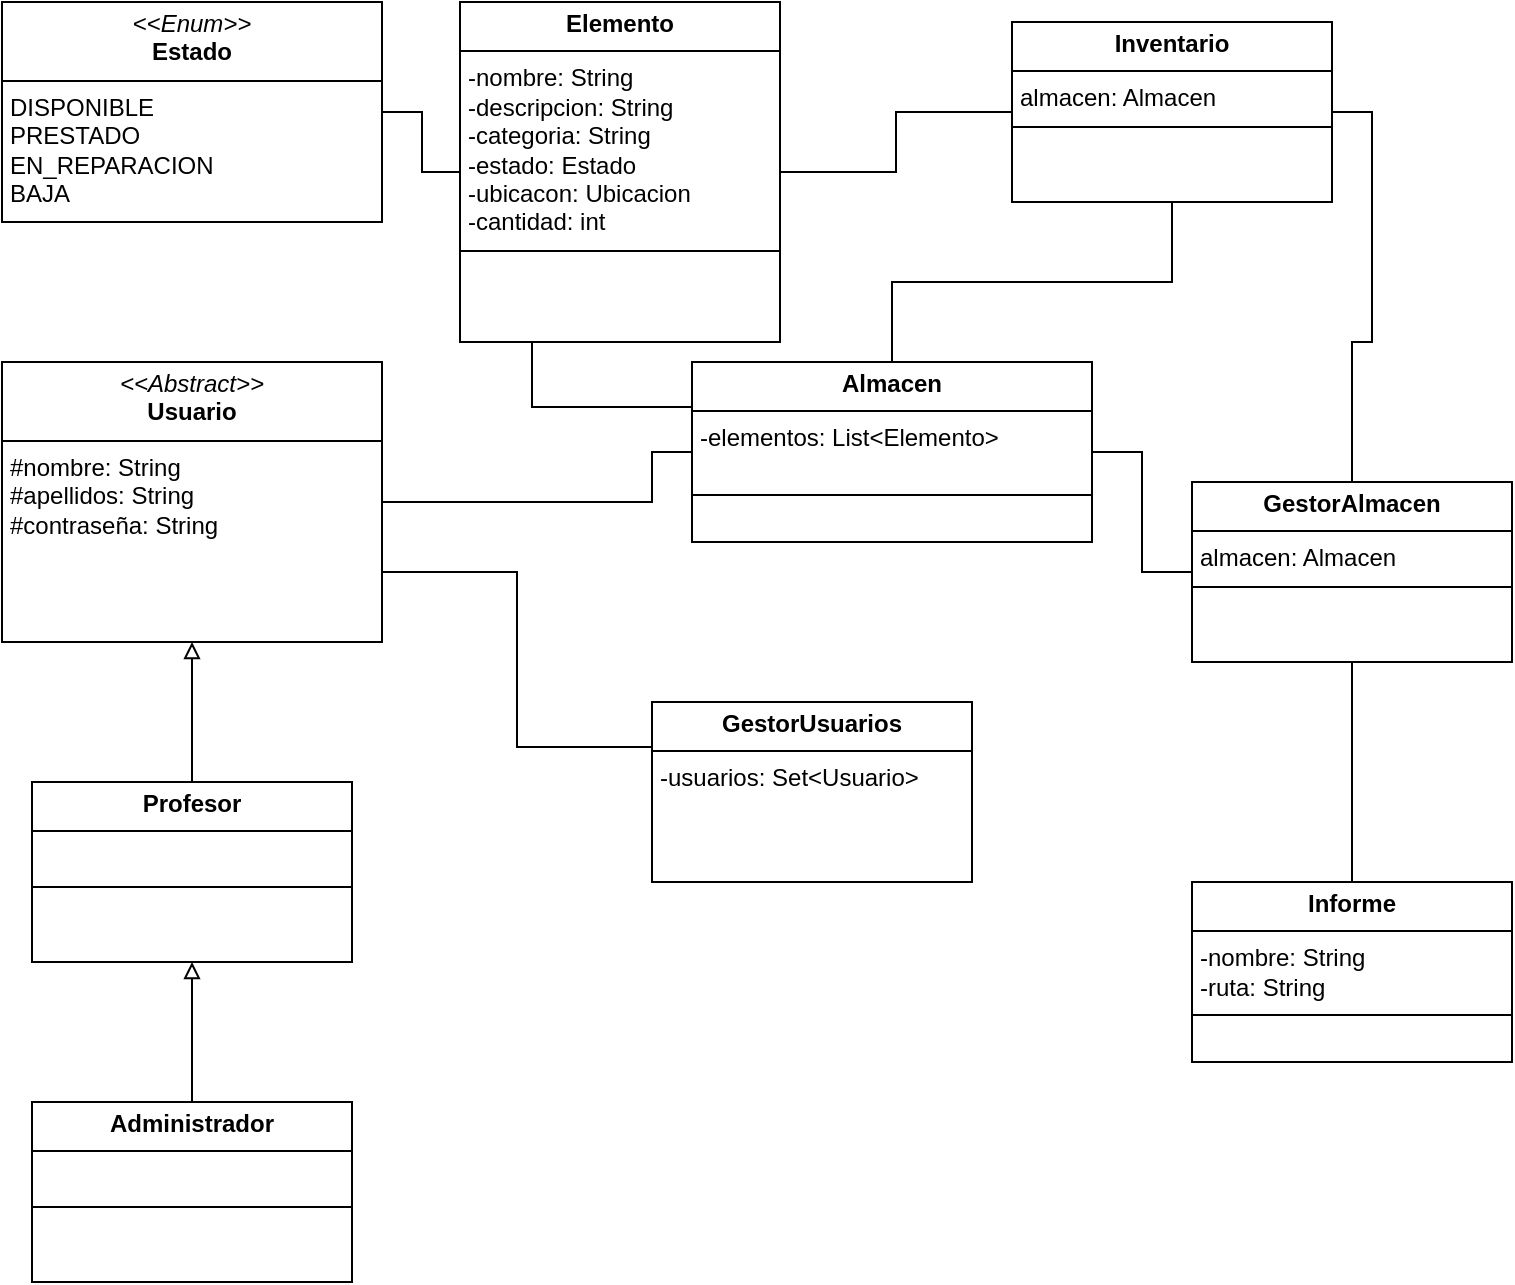
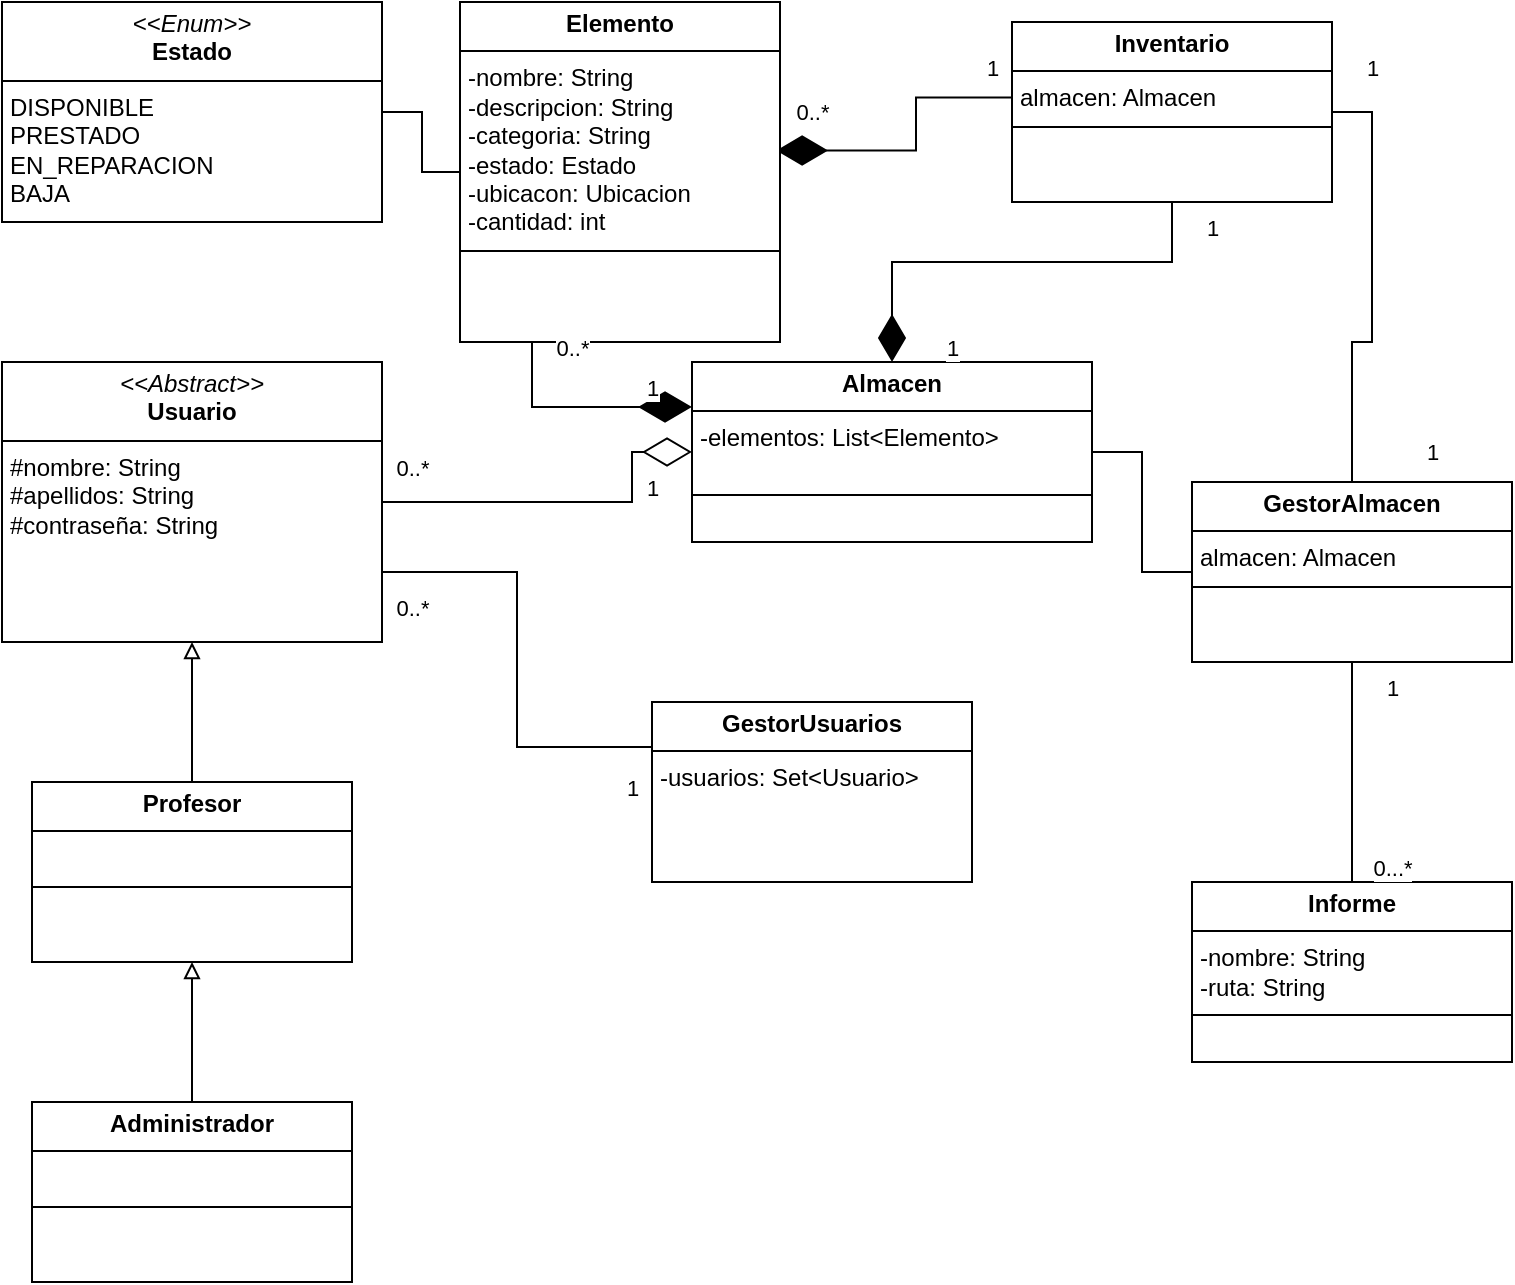
- <mxfile host="app.diagrams.net">
+ <mxfile host="Electron" agent="Mozilla/5.0 (Windows NT 10.0; Win64; x64) AppleWebKit/537.36 (KHTML, like Gecko) draw.io/27.0.9 Chrome/134.0.6998.205 Electron/35.4.0 Safari/537.36" version="27.0.9">
  <diagram name="Página-1" id="TcyikMFCeleIYH7PnGYs">
-     <mxGraphModel dx="1653" dy="743" grid="1" gridSize="10" guides="1" tooltips="1" connect="1" arrows="1" fold="1" page="1" pageScale="1" pageWidth="827" pageHeight="1169" math="0" shadow="0">
+     <mxGraphModel dx="768" dy="722" grid="1" gridSize="10" guides="1" tooltips="1" connect="1" arrows="1" fold="1" page="1" pageScale="1" pageWidth="827" pageHeight="1169" math="0" shadow="0">
      <root>
        <mxCell id="0" />
        <mxCell id="1" parent="0" />
-         <mxCell id="zlNG7Gkw8yNjDqdYWN0c-17" edge="1" parent="1" source="zlNG7Gkw8yNjDqdYWN0c-1" style="edgeStyle=orthogonalEdgeStyle;shape=connector;rounded=0;orthogonalLoop=1;jettySize=auto;html=1;exitX=1;exitY=0.5;exitDx=0;exitDy=0;entryX=0;entryY=0.5;entryDx=0;entryDy=0;strokeColor=default;align=center;verticalAlign=middle;fontFamily=Helvetica;fontSize=11;fontColor=default;labelBackgroundColor=default;endArrow=none;endFill=0;" target="zlNG7Gkw8yNjDqdYWN0c-8">
+         <mxCell id="zlNG7Gkw8yNjDqdYWN0c-17" style="edgeStyle=orthogonalEdgeStyle;shape=connector;rounded=0;orthogonalLoop=1;jettySize=auto;html=1;exitX=1;exitY=0.5;exitDx=0;exitDy=0;entryX=0;entryY=0.5;entryDx=0;entryDy=0;strokeColor=default;align=center;verticalAlign=middle;fontFamily=Helvetica;fontSize=11;fontColor=default;labelBackgroundColor=default;endArrow=none;endFill=0;" parent="1" source="zlNG7Gkw8yNjDqdYWN0c-1" target="zlNG7Gkw8yNjDqdYWN0c-8" edge="1">
          <mxGeometry relative="1" as="geometry" />
        </mxCell>
-         <mxCell id="zlNG7Gkw8yNjDqdYWN0c-1" parent="1" style="verticalAlign=top;align=left;overflow=fill;html=1;whiteSpace=wrap;" value="&lt;p style=&quot;margin:0px;margin-top:4px;text-align:center;&quot;&gt;&lt;b&gt;Almacen&lt;/b&gt;&lt;/p&gt;&lt;hr size=&quot;1&quot; style=&quot;border-style:solid;&quot;&gt;&lt;p style=&quot;margin:0px;margin-left:4px;&quot;&gt;-elementos: List&amp;lt;Elemento&amp;gt;&lt;/p&gt;&lt;p style=&quot;margin:0px;margin-left:4px;&quot;&gt;&lt;br&gt;&lt;/p&gt;&lt;hr size=&quot;1&quot; style=&quot;border-style:solid;&quot;&gt;&lt;p style=&quot;margin:0px;margin-left:4px;&quot;&gt;&lt;br&gt;&lt;/p&gt;" vertex="1">
-           <mxGeometry height="90" width="200" x="370" y="210" as="geometry" />
+         <mxCell id="zlNG7Gkw8yNjDqdYWN0c-1" value="&lt;p style=&quot;margin:0px;margin-top:4px;text-align:center;&quot;&gt;&lt;b&gt;Almacen&lt;/b&gt;&lt;/p&gt;&lt;hr size=&quot;1&quot; style=&quot;border-style:solid;&quot;&gt;&lt;p style=&quot;margin:0px;margin-left:4px;&quot;&gt;-elementos: List&amp;lt;Elemento&amp;gt;&lt;/p&gt;&lt;p style=&quot;margin:0px;margin-left:4px;&quot;&gt;&lt;br&gt;&lt;/p&gt;&lt;hr size=&quot;1&quot; style=&quot;border-style:solid;&quot;&gt;&lt;p style=&quot;margin:0px;margin-left:4px;&quot;&gt;&lt;br&gt;&lt;/p&gt;" style="verticalAlign=top;align=left;overflow=fill;html=1;whiteSpace=wrap;" parent="1" vertex="1">
+           <mxGeometry x="370" y="210" width="200" height="90" as="geometry" />
        </mxCell>
-         <mxCell id="zlNG7Gkw8yNjDqdYWN0c-19" edge="1" parent="1" source="zlNG7Gkw8yNjDqdYWN0c-2" style="edgeStyle=orthogonalEdgeStyle;shape=connector;rounded=0;orthogonalLoop=1;jettySize=auto;html=1;exitX=1;exitY=0.75;exitDx=0;exitDy=0;entryX=0;entryY=0.25;entryDx=0;entryDy=0;strokeColor=default;align=center;verticalAlign=middle;fontFamily=Helvetica;fontSize=11;fontColor=default;labelBackgroundColor=default;endArrow=none;endFill=0;" target="zlNG7Gkw8yNjDqdYWN0c-11">
+         <mxCell id="zlNG7Gkw8yNjDqdYWN0c-19" style="edgeStyle=orthogonalEdgeStyle;shape=connector;rounded=0;orthogonalLoop=1;jettySize=auto;html=1;exitX=1;exitY=0.75;exitDx=0;exitDy=0;entryX=0;entryY=0.25;entryDx=0;entryDy=0;strokeColor=default;align=center;verticalAlign=middle;fontFamily=Helvetica;fontSize=11;fontColor=default;labelBackgroundColor=default;endArrow=none;endFill=0;" parent="1" source="zlNG7Gkw8yNjDqdYWN0c-2" target="zlNG7Gkw8yNjDqdYWN0c-11" edge="1">
          <mxGeometry relative="1" as="geometry" />
        </mxCell>
-         <mxCell id="zlNG7Gkw8yNjDqdYWN0c-21" edge="1" parent="1" source="zlNG7Gkw8yNjDqdYWN0c-2" style="edgeStyle=orthogonalEdgeStyle;shape=connector;rounded=0;orthogonalLoop=1;jettySize=auto;html=1;exitX=1;exitY=0.5;exitDx=0;exitDy=0;entryX=0;entryY=0.5;entryDx=0;entryDy=0;strokeColor=default;align=center;verticalAlign=middle;fontFamily=Helvetica;fontSize=11;fontColor=default;labelBackgroundColor=default;endArrow=none;endFill=0;" target="zlNG7Gkw8yNjDqdYWN0c-1">
+         <mxCell id="zlNG7Gkw8yNjDqdYWN0c-21" style="edgeStyle=orthogonalEdgeStyle;shape=connector;rounded=0;orthogonalLoop=1;jettySize=auto;html=1;exitX=1;exitY=0.5;exitDx=0;exitDy=0;entryX=0;entryY=0.5;entryDx=0;entryDy=0;strokeColor=default;align=center;verticalAlign=middle;fontFamily=Helvetica;fontSize=11;fontColor=default;labelBackgroundColor=default;endArrow=diamondThin;endFill=0;endSize=22;" parent="1" source="zlNG7Gkw8yNjDqdYWN0c-2" target="zlNG7Gkw8yNjDqdYWN0c-1" edge="1">
          <mxGeometry relative="1" as="geometry">
            <Array as="points">
-               <mxPoint x="350" y="280" />
+               <mxPoint x="340" y="280" />
+               <mxPoint x="340" y="255" />
            </Array>
          </mxGeometry>
        </mxCell>
-         <mxCell id="zlNG7Gkw8yNjDqdYWN0c-2" parent="1" style="verticalAlign=top;align=left;overflow=fill;html=1;whiteSpace=wrap;" value="&lt;p style=&quot;margin:0px;margin-top:4px;text-align:center;&quot;&gt;&lt;i&gt;&amp;lt;&amp;lt;Abstract&amp;gt;&amp;gt;&lt;/i&gt;&lt;br&gt;&lt;b&gt;Usuario&lt;/b&gt;&lt;/p&gt;&lt;hr size=&quot;1&quot; style=&quot;border-style:solid;&quot;&gt;&lt;p style=&quot;margin:0px;margin-left:4px;&quot;&gt;#nombre: String&lt;/p&gt;&lt;p style=&quot;margin:0px;margin-left:4px;&quot;&gt;#apellidos: String&lt;/p&gt;&lt;p style=&quot;margin:0px;margin-left:4px;&quot;&gt;&lt;/p&gt;&lt;p style=&quot;margin:0px;margin-left:4px;&quot;&gt;#contraseña: String&lt;/p&gt;" vertex="1">
-           <mxGeometry height="140" width="190" x="25" y="210" as="geometry" />
+         <mxCell id="zlNG7Gkw8yNjDqdYWN0c-2" value="&lt;p style=&quot;margin:0px;margin-top:4px;text-align:center;&quot;&gt;&lt;i&gt;&amp;lt;&amp;lt;Abstract&amp;gt;&amp;gt;&lt;/i&gt;&lt;br&gt;&lt;b&gt;Usuario&lt;/b&gt;&lt;/p&gt;&lt;hr size=&quot;1&quot; style=&quot;border-style:solid;&quot;&gt;&lt;p style=&quot;margin:0px;margin-left:4px;&quot;&gt;#nombre: String&lt;/p&gt;&lt;p style=&quot;margin:0px;margin-left:4px;&quot;&gt;#apellidos: String&lt;/p&gt;&lt;p style=&quot;margin:0px;margin-left:4px;&quot;&gt;&lt;/p&gt;&lt;p style=&quot;margin:0px;margin-left:4px;&quot;&gt;#contraseña: String&lt;/p&gt;" style="verticalAlign=top;align=left;overflow=fill;html=1;whiteSpace=wrap;" parent="1" vertex="1">
+           <mxGeometry x="25" y="210" width="190" height="140" as="geometry" />
        </mxCell>
-         <mxCell id="zlNG7Gkw8yNjDqdYWN0c-6" edge="1" parent="1" source="zlNG7Gkw8yNjDqdYWN0c-3" style="edgeStyle=orthogonalEdgeStyle;shape=connector;rounded=0;orthogonalLoop=1;jettySize=auto;html=1;entryX=0.5;entryY=1;entryDx=0;entryDy=0;strokeColor=default;align=center;verticalAlign=middle;fontFamily=Helvetica;fontSize=11;fontColor=default;labelBackgroundColor=default;endArrow=block;endFill=0;" target="zlNG7Gkw8yNjDqdYWN0c-2">
+         <mxCell id="zlNG7Gkw8yNjDqdYWN0c-6" style="edgeStyle=orthogonalEdgeStyle;shape=connector;rounded=0;orthogonalLoop=1;jettySize=auto;html=1;entryX=0.5;entryY=1;entryDx=0;entryDy=0;strokeColor=default;align=center;verticalAlign=middle;fontFamily=Helvetica;fontSize=11;fontColor=default;labelBackgroundColor=default;endArrow=block;endFill=0;" parent="1" source="zlNG7Gkw8yNjDqdYWN0c-3" target="zlNG7Gkw8yNjDqdYWN0c-2" edge="1">
          <mxGeometry relative="1" as="geometry" />
        </mxCell>
-         <mxCell id="zlNG7Gkw8yNjDqdYWN0c-3" parent="1" style="verticalAlign=top;align=left;overflow=fill;html=1;whiteSpace=wrap;" value="&lt;p style=&quot;margin:0px;margin-top:4px;text-align:center;&quot;&gt;&lt;b&gt;Profesor&lt;/b&gt;&lt;/p&gt;&lt;hr size=&quot;1&quot; style=&quot;border-style:solid;&quot;&gt;&lt;p style=&quot;margin:0px;margin-left:4px;&quot;&gt;&lt;br&gt;&lt;/p&gt;&lt;hr size=&quot;1&quot; style=&quot;border-style:solid;&quot;&gt;&lt;p style=&quot;margin:0px;margin-left:4px;&quot;&gt;&lt;br&gt;&lt;/p&gt;" vertex="1">
-           <mxGeometry height="90" width="160" x="40" y="420" as="geometry" />
+         <mxCell id="zlNG7Gkw8yNjDqdYWN0c-3" value="&lt;p style=&quot;margin:0px;margin-top:4px;text-align:center;&quot;&gt;&lt;b&gt;Profesor&lt;/b&gt;&lt;/p&gt;&lt;hr size=&quot;1&quot; style=&quot;border-style:solid;&quot;&gt;&lt;p style=&quot;margin:0px;margin-left:4px;&quot;&gt;&lt;br&gt;&lt;/p&gt;&lt;hr size=&quot;1&quot; style=&quot;border-style:solid;&quot;&gt;&lt;p style=&quot;margin:0px;margin-left:4px;&quot;&gt;&lt;br&gt;&lt;/p&gt;" style="verticalAlign=top;align=left;overflow=fill;html=1;whiteSpace=wrap;" parent="1" vertex="1">
+           <mxGeometry x="40" y="420" width="160" height="90" as="geometry" />
        </mxCell>
-         <mxCell id="zlNG7Gkw8yNjDqdYWN0c-5" edge="1" parent="1" source="zlNG7Gkw8yNjDqdYWN0c-4" style="edgeStyle=orthogonalEdgeStyle;rounded=0;orthogonalLoop=1;jettySize=auto;html=1;entryX=0.5;entryY=1;entryDx=0;entryDy=0;endArrow=block;endFill=0;" target="zlNG7Gkw8yNjDqdYWN0c-3">
+         <mxCell id="zlNG7Gkw8yNjDqdYWN0c-5" style="edgeStyle=orthogonalEdgeStyle;rounded=0;orthogonalLoop=1;jettySize=auto;html=1;entryX=0.5;entryY=1;entryDx=0;entryDy=0;endArrow=block;endFill=0;" parent="1" source="zlNG7Gkw8yNjDqdYWN0c-4" target="zlNG7Gkw8yNjDqdYWN0c-3" edge="1">
          <mxGeometry relative="1" as="geometry" />
        </mxCell>
-         <mxCell id="zlNG7Gkw8yNjDqdYWN0c-4" parent="1" style="verticalAlign=top;align=left;overflow=fill;html=1;whiteSpace=wrap;" value="&lt;p style=&quot;margin:0px;margin-top:4px;text-align:center;&quot;&gt;&lt;b&gt;Administrador&lt;/b&gt;&lt;/p&gt;&lt;hr size=&quot;1&quot; style=&quot;border-style:solid;&quot;&gt;&lt;p style=&quot;margin:0px;margin-left:4px;&quot;&gt;&lt;br&gt;&lt;/p&gt;&lt;hr size=&quot;1&quot; style=&quot;border-style:solid;&quot;&gt;&lt;p style=&quot;margin:0px;margin-left:4px;&quot;&gt;&lt;br&gt;&lt;/p&gt;" vertex="1">
-           <mxGeometry height="90" width="160" x="40" y="580" as="geometry" />
+         <mxCell id="zlNG7Gkw8yNjDqdYWN0c-4" value="&lt;p style=&quot;margin:0px;margin-top:4px;text-align:center;&quot;&gt;&lt;b&gt;Administrador&lt;/b&gt;&lt;/p&gt;&lt;hr size=&quot;1&quot; style=&quot;border-style:solid;&quot;&gt;&lt;p style=&quot;margin:0px;margin-left:4px;&quot;&gt;&lt;br&gt;&lt;/p&gt;&lt;hr size=&quot;1&quot; style=&quot;border-style:solid;&quot;&gt;&lt;p style=&quot;margin:0px;margin-left:4px;&quot;&gt;&lt;br&gt;&lt;/p&gt;" style="verticalAlign=top;align=left;overflow=fill;html=1;whiteSpace=wrap;" parent="1" vertex="1">
+           <mxGeometry x="40" y="580" width="160" height="90" as="geometry" />
        </mxCell>
-         <mxCell id="zlNG7Gkw8yNjDqdYWN0c-7" parent="1" style="verticalAlign=top;align=left;overflow=fill;html=1;whiteSpace=wrap;" value="&lt;p style=&quot;margin:0px;margin-top:4px;text-align:center;&quot;&gt;&lt;b&gt;Informe&lt;/b&gt;&lt;/p&gt;&lt;hr size=&quot;1&quot; style=&quot;border-style:solid;&quot;&gt;&lt;p style=&quot;margin:0px;margin-left:4px;&quot;&gt;-nombre: String&lt;/p&gt;&lt;p style=&quot;margin:0px;margin-left:4px;&quot;&gt;-ruta: String&lt;/p&gt;&lt;hr size=&quot;1&quot; style=&quot;border-style:solid;&quot;&gt;&lt;p style=&quot;margin:0px;margin-left:4px;&quot;&gt;&lt;br&gt;&lt;/p&gt;" vertex="1">
-           <mxGeometry height="90" width="160" x="620" y="470" as="geometry" />
+         <mxCell id="zlNG7Gkw8yNjDqdYWN0c-7" value="&lt;p style=&quot;margin:0px;margin-top:4px;text-align:center;&quot;&gt;&lt;b&gt;Informe&lt;/b&gt;&lt;/p&gt;&lt;hr size=&quot;1&quot; style=&quot;border-style:solid;&quot;&gt;&lt;p style=&quot;margin:0px;margin-left:4px;&quot;&gt;-nombre: String&lt;/p&gt;&lt;p style=&quot;margin:0px;margin-left:4px;&quot;&gt;-ruta: String&lt;/p&gt;&lt;hr size=&quot;1&quot; style=&quot;border-style:solid;&quot;&gt;&lt;p style=&quot;margin:0px;margin-left:4px;&quot;&gt;&lt;br&gt;&lt;/p&gt;" style="verticalAlign=top;align=left;overflow=fill;html=1;whiteSpace=wrap;" parent="1" vertex="1">
+           <mxGeometry x="620" y="470" width="160" height="90" as="geometry" />
        </mxCell>
-         <mxCell id="zlNG7Gkw8yNjDqdYWN0c-18" edge="1" parent="1" source="zlNG7Gkw8yNjDqdYWN0c-8" style="edgeStyle=orthogonalEdgeStyle;shape=connector;rounded=0;orthogonalLoop=1;jettySize=auto;html=1;exitX=0.5;exitY=1;exitDx=0;exitDy=0;entryX=0.5;entryY=0;entryDx=0;entryDy=0;strokeColor=default;align=center;verticalAlign=middle;fontFamily=Helvetica;fontSize=11;fontColor=default;labelBackgroundColor=default;endArrow=none;endFill=0;" target="zlNG7Gkw8yNjDqdYWN0c-7">
+         <mxCell id="zlNG7Gkw8yNjDqdYWN0c-18" style="edgeStyle=orthogonalEdgeStyle;shape=connector;rounded=0;orthogonalLoop=1;jettySize=auto;html=1;exitX=0.5;exitY=1;exitDx=0;exitDy=0;entryX=0.5;entryY=0;entryDx=0;entryDy=0;strokeColor=default;align=center;verticalAlign=middle;fontFamily=Helvetica;fontSize=11;fontColor=default;labelBackgroundColor=default;endArrow=none;endFill=0;" parent="1" source="zlNG7Gkw8yNjDqdYWN0c-8" target="zlNG7Gkw8yNjDqdYWN0c-7" edge="1">
          <mxGeometry relative="1" as="geometry" />
        </mxCell>
-         <mxCell id="zlNG7Gkw8yNjDqdYWN0c-8" parent="1" style="verticalAlign=top;align=left;overflow=fill;html=1;whiteSpace=wrap;" value="&lt;p style=&quot;margin:0px;margin-top:4px;text-align:center;&quot;&gt;&lt;b&gt;GestorAlmacen&lt;/b&gt;&lt;/p&gt;&lt;hr size=&quot;1&quot; style=&quot;border-style:solid;&quot;&gt;&lt;p style=&quot;margin:0px;margin-left:4px;&quot;&gt;almacen: Almacen&lt;/p&gt;&lt;hr size=&quot;1&quot; style=&quot;border-style:solid;&quot;&gt;&lt;p style=&quot;margin:0px;margin-left:4px;&quot;&gt;&lt;br&gt;&lt;/p&gt;" vertex="1">
-           <mxGeometry height="90" width="160" x="620" y="270" as="geometry" />
+         <mxCell id="zlNG7Gkw8yNjDqdYWN0c-8" value="&lt;p style=&quot;margin:0px;margin-top:4px;text-align:center;&quot;&gt;&lt;b&gt;GestorAlmacen&lt;/b&gt;&lt;/p&gt;&lt;hr size=&quot;1&quot; style=&quot;border-style:solid;&quot;&gt;&lt;p style=&quot;margin:0px;margin-left:4px;&quot;&gt;almacen: Almacen&lt;/p&gt;&lt;hr size=&quot;1&quot; style=&quot;border-style:solid;&quot;&gt;&lt;p style=&quot;margin:0px;margin-left:4px;&quot;&gt;&lt;br&gt;&lt;/p&gt;" style="verticalAlign=top;align=left;overflow=fill;html=1;whiteSpace=wrap;" parent="1" vertex="1">
+           <mxGeometry x="620" y="270" width="160" height="90" as="geometry" />
        </mxCell>
-         <mxCell id="zlNG7Gkw8yNjDqdYWN0c-15" edge="1" parent="1" source="zlNG7Gkw8yNjDqdYWN0c-10" style="edgeStyle=orthogonalEdgeStyle;shape=connector;rounded=0;orthogonalLoop=1;jettySize=auto;html=1;entryX=0.5;entryY=0;entryDx=0;entryDy=0;strokeColor=default;align=center;verticalAlign=middle;fontFamily=Helvetica;fontSize=11;fontColor=default;labelBackgroundColor=default;endArrow=none;endFill=0;" target="zlNG7Gkw8yNjDqdYWN0c-1">
+         <mxCell id="zlNG7Gkw8yNjDqdYWN0c-15" style="edgeStyle=orthogonalEdgeStyle;shape=connector;rounded=0;orthogonalLoop=1;jettySize=auto;html=1;entryX=0.5;entryY=0;entryDx=0;entryDy=0;strokeColor=default;align=center;verticalAlign=middle;fontFamily=Helvetica;fontSize=11;fontColor=default;labelBackgroundColor=default;endArrow=diamondThin;endFill=1;strokeWidth=1;endSize=21;" parent="1" source="zlNG7Gkw8yNjDqdYWN0c-10" target="zlNG7Gkw8yNjDqdYWN0c-1" edge="1">
          <mxGeometry relative="1" as="geometry" />
        </mxCell>
-         <mxCell id="zlNG7Gkw8yNjDqdYWN0c-22" edge="1" parent="1" source="zlNG7Gkw8yNjDqdYWN0c-10" style="edgeStyle=orthogonalEdgeStyle;shape=connector;rounded=0;orthogonalLoop=1;jettySize=auto;html=1;exitX=1;exitY=0.5;exitDx=0;exitDy=0;entryX=0.5;entryY=0;entryDx=0;entryDy=0;strokeColor=default;align=center;verticalAlign=middle;fontFamily=Helvetica;fontSize=11;fontColor=default;labelBackgroundColor=default;endArrow=none;endFill=0;" target="zlNG7Gkw8yNjDqdYWN0c-8">
+         <mxCell id="zlNG7Gkw8yNjDqdYWN0c-22" style="edgeStyle=orthogonalEdgeStyle;shape=connector;rounded=0;orthogonalLoop=1;jettySize=auto;html=1;exitX=1;exitY=0.5;exitDx=0;exitDy=0;entryX=0.5;entryY=0;entryDx=0;entryDy=0;strokeColor=default;align=center;verticalAlign=middle;fontFamily=Helvetica;fontSize=11;fontColor=default;labelBackgroundColor=default;endArrow=none;endFill=0;" parent="1" source="zlNG7Gkw8yNjDqdYWN0c-10" target="zlNG7Gkw8yNjDqdYWN0c-8" edge="1">
          <mxGeometry relative="1" as="geometry" />
        </mxCell>
-         <mxCell id="zlNG7Gkw8yNjDqdYWN0c-10" parent="1" style="verticalAlign=top;align=left;overflow=fill;html=1;whiteSpace=wrap;" value="&lt;p style=&quot;margin:0px;margin-top:4px;text-align:center;&quot;&gt;&lt;b&gt;Inventario&lt;/b&gt;&lt;/p&gt;&lt;hr size=&quot;1&quot; style=&quot;border-style:solid;&quot;&gt;&lt;p style=&quot;margin:0px;margin-left:4px;&quot;&gt;almacen: Almacen&lt;/p&gt;&lt;hr size=&quot;1&quot; style=&quot;border-style:solid;&quot;&gt;&lt;p style=&quot;margin:0px;margin-left:4px;&quot;&gt;&lt;br&gt;&lt;/p&gt;" vertex="1">
-           <mxGeometry height="90" width="160" x="530" y="40" as="geometry" />
+         <mxCell id="zlNG7Gkw8yNjDqdYWN0c-10" value="&lt;p style=&quot;margin:0px;margin-top:4px;text-align:center;&quot;&gt;&lt;b&gt;Inventario&lt;/b&gt;&lt;/p&gt;&lt;hr size=&quot;1&quot; style=&quot;border-style:solid;&quot;&gt;&lt;p style=&quot;margin:0px;margin-left:4px;&quot;&gt;almacen: Almacen&lt;/p&gt;&lt;hr size=&quot;1&quot; style=&quot;border-style:solid;&quot;&gt;&lt;p style=&quot;margin:0px;margin-left:4px;&quot;&gt;&lt;br&gt;&lt;/p&gt;" style="verticalAlign=top;align=left;overflow=fill;html=1;whiteSpace=wrap;" parent="1" vertex="1">
+           <mxGeometry x="530" y="40" width="160" height="90" as="geometry" />
        </mxCell>
-         <mxCell id="zlNG7Gkw8yNjDqdYWN0c-11" parent="1" style="verticalAlign=top;align=left;overflow=fill;html=1;whiteSpace=wrap;" value="&lt;p style=&quot;margin:0px;margin-top:4px;text-align:center;&quot;&gt;&lt;b&gt;GestorUsuarios&lt;/b&gt;&lt;/p&gt;&lt;hr size=&quot;1&quot; style=&quot;border-style:solid;&quot;&gt;&lt;p style=&quot;margin:0px;margin-left:4px;&quot;&gt;-usuarios: Set&amp;lt;Usuario&amp;gt;&lt;/p&gt;" vertex="1">
-           <mxGeometry height="90" width="160" x="350" y="380" as="geometry" />
+         <mxCell id="zlNG7Gkw8yNjDqdYWN0c-11" value="&lt;p style=&quot;margin:0px;margin-top:4px;text-align:center;&quot;&gt;&lt;b&gt;GestorUsuarios&lt;/b&gt;&lt;/p&gt;&lt;hr size=&quot;1&quot; style=&quot;border-style:solid;&quot;&gt;&lt;p style=&quot;margin:0px;margin-left:4px;&quot;&gt;-usuarios: Set&amp;lt;Usuario&amp;gt;&lt;/p&gt;" style="verticalAlign=top;align=left;overflow=fill;html=1;whiteSpace=wrap;" parent="1" vertex="1">
+           <mxGeometry x="350" y="380" width="160" height="90" as="geometry" />
        </mxCell>
-         <mxCell id="zlNG7Gkw8yNjDqdYWN0c-14" edge="1" parent="1" source="zlNG7Gkw8yNjDqdYWN0c-12" style="edgeStyle=orthogonalEdgeStyle;shape=connector;rounded=0;orthogonalLoop=1;jettySize=auto;html=1;exitX=1;exitY=0.5;exitDx=0;exitDy=0;strokeColor=default;align=center;verticalAlign=middle;fontFamily=Helvetica;fontSize=11;fontColor=default;labelBackgroundColor=default;endArrow=none;endFill=0;" target="zlNG7Gkw8yNjDqdYWN0c-10">
-           <mxGeometry relative="1" as="geometry" />
+         <mxCell id="zlNG7Gkw8yNjDqdYWN0c-14" style="edgeStyle=orthogonalEdgeStyle;shape=connector;rounded=0;orthogonalLoop=1;jettySize=auto;html=1;strokeColor=default;align=center;verticalAlign=middle;fontFamily=Helvetica;fontSize=11;fontColor=default;labelBackgroundColor=default;endArrow=diamondThin;endFill=1;endSize=23;entryX=0.988;entryY=0.437;entryDx=0;entryDy=0;entryPerimeter=0;exitX=-0.003;exitY=0.419;exitDx=0;exitDy=0;exitPerimeter=0;" parent="1" source="zlNG7Gkw8yNjDqdYWN0c-10" target="zlNG7Gkw8yNjDqdYWN0c-12" edge="1">
+           <mxGeometry relative="1" as="geometry">
+             <mxPoint x="480" y="50" as="sourcePoint" />
+           </mxGeometry>
        </mxCell>
-         <mxCell id="zlNG7Gkw8yNjDqdYWN0c-20" edge="1" parent="1" source="zlNG7Gkw8yNjDqdYWN0c-12" style="edgeStyle=orthogonalEdgeStyle;shape=connector;rounded=0;orthogonalLoop=1;jettySize=auto;html=1;exitX=1;exitY=0.75;exitDx=0;exitDy=0;entryX=0;entryY=0.25;entryDx=0;entryDy=0;strokeColor=default;align=center;verticalAlign=middle;fontFamily=Helvetica;fontSize=11;fontColor=default;labelBackgroundColor=default;endArrow=none;endFill=0;" target="zlNG7Gkw8yNjDqdYWN0c-1">
+         <mxCell id="zlNG7Gkw8yNjDqdYWN0c-20" style="edgeStyle=orthogonalEdgeStyle;shape=connector;rounded=0;orthogonalLoop=1;jettySize=auto;html=1;exitX=1;exitY=0.75;exitDx=0;exitDy=0;entryX=0;entryY=0.25;entryDx=0;entryDy=0;strokeColor=default;align=center;verticalAlign=middle;fontFamily=Helvetica;fontSize=11;fontColor=default;labelBackgroundColor=default;endArrow=diamondThin;endFill=1;endSize=24;" parent="1" source="zlNG7Gkw8yNjDqdYWN0c-12" target="zlNG7Gkw8yNjDqdYWN0c-1" edge="1">
          <mxGeometry relative="1" as="geometry">
            <Array as="points">
              <mxPoint x="290" y="108" />
              <mxPoint x="290" y="233" />
            </Array>
          </mxGeometry>
        </mxCell>
-         <mxCell id="zlNG7Gkw8yNjDqdYWN0c-12" parent="1" style="verticalAlign=top;align=left;overflow=fill;html=1;whiteSpace=wrap;" value="&lt;p style=&quot;margin:0px;margin-top:4px;text-align:center;&quot;&gt;&lt;b&gt;Elemento&lt;/b&gt;&lt;/p&gt;&lt;hr size=&quot;1&quot; style=&quot;border-style:solid;&quot;&gt;&lt;p style=&quot;margin:0px;margin-left:4px;&quot;&gt;-nombre: String&amp;nbsp;&lt;/p&gt;&lt;p style=&quot;margin:0px;margin-left:4px;&quot;&gt;-descripcion: String&lt;/p&gt;&lt;p style=&quot;margin:0px;margin-left:4px;&quot;&gt;-categoria: String&lt;/p&gt;&lt;p style=&quot;margin:0px;margin-left:4px;&quot;&gt;-estado: Estado&lt;/p&gt;&lt;p style=&quot;margin:0px;margin-left:4px;&quot;&gt;-ubicacon: Ubicacion&lt;/p&gt;&lt;p style=&quot;margin:0px;margin-left:4px;&quot;&gt;-cantidad: int&lt;/p&gt;&lt;hr size=&quot;1&quot; style=&quot;border-style:solid;&quot;&gt;&lt;p style=&quot;margin:0px;margin-left:4px;&quot;&gt;&lt;br&gt;&lt;/p&gt;" vertex="1">
-           <mxGeometry height="170" width="160" x="254" y="30" as="geometry" />
+         <mxCell id="zlNG7Gkw8yNjDqdYWN0c-12" value="&lt;p style=&quot;margin:0px;margin-top:4px;text-align:center;&quot;&gt;&lt;b&gt;Elemento&lt;/b&gt;&lt;/p&gt;&lt;hr size=&quot;1&quot; style=&quot;border-style:solid;&quot;&gt;&lt;p style=&quot;margin:0px;margin-left:4px;&quot;&gt;-nombre: String&amp;nbsp;&lt;/p&gt;&lt;p style=&quot;margin:0px;margin-left:4px;&quot;&gt;-descripcion: String&lt;/p&gt;&lt;p style=&quot;margin:0px;margin-left:4px;&quot;&gt;-categoria: String&lt;/p&gt;&lt;p style=&quot;margin:0px;margin-left:4px;&quot;&gt;-estado: Estado&lt;/p&gt;&lt;p style=&quot;margin:0px;margin-left:4px;&quot;&gt;-ubicacon: Ubicacion&lt;/p&gt;&lt;p style=&quot;margin:0px;margin-left:4px;&quot;&gt;-cantidad: int&lt;/p&gt;&lt;hr size=&quot;1&quot; style=&quot;border-style:solid;&quot;&gt;&lt;p style=&quot;margin:0px;margin-left:4px;&quot;&gt;&lt;br&gt;&lt;/p&gt;" style="verticalAlign=top;align=left;overflow=fill;html=1;whiteSpace=wrap;" parent="1" vertex="1">
+           <mxGeometry x="254" y="30" width="160" height="170" as="geometry" />
        </mxCell>
-         <mxCell id="zlNG7Gkw8yNjDqdYWN0c-24" edge="1" parent="1" source="zlNG7Gkw8yNjDqdYWN0c-23" style="edgeStyle=orthogonalEdgeStyle;shape=connector;rounded=0;orthogonalLoop=1;jettySize=auto;html=1;entryX=0;entryY=0.5;entryDx=0;entryDy=0;strokeColor=default;align=center;verticalAlign=middle;fontFamily=Helvetica;fontSize=11;fontColor=default;labelBackgroundColor=default;endArrow=none;endFill=0;" target="zlNG7Gkw8yNjDqdYWN0c-12">
+         <mxCell id="zlNG7Gkw8yNjDqdYWN0c-24" style="edgeStyle=orthogonalEdgeStyle;shape=connector;rounded=0;orthogonalLoop=1;jettySize=auto;html=1;entryX=0;entryY=0.5;entryDx=0;entryDy=0;strokeColor=default;align=center;verticalAlign=middle;fontFamily=Helvetica;fontSize=11;fontColor=default;labelBackgroundColor=default;endArrow=none;endFill=0;" parent="1" source="zlNG7Gkw8yNjDqdYWN0c-23" target="zlNG7Gkw8yNjDqdYWN0c-12" edge="1">
          <mxGeometry relative="1" as="geometry" />
        </mxCell>
-         <mxCell id="zlNG7Gkw8yNjDqdYWN0c-23" parent="1" style="verticalAlign=top;align=left;overflow=fill;html=1;whiteSpace=wrap;" value="&lt;p style=&quot;margin:0px;margin-top:4px;text-align:center;&quot;&gt;&lt;i&gt;&amp;lt;&amp;lt;Enum&amp;gt;&amp;gt;&lt;/i&gt;&lt;br&gt;&lt;b&gt;Estado&lt;/b&gt;&lt;/p&gt;&lt;hr size=&quot;1&quot; style=&quot;border-style:solid;&quot;&gt;&lt;p style=&quot;margin:0px;margin-left:4px;&quot;&gt;DISPONIBLE&lt;/p&gt;&lt;p style=&quot;margin:0px;margin-left:4px;&quot;&gt;PRESTADO&lt;/p&gt;&lt;p style=&quot;margin:0px;margin-left:4px;&quot;&gt;EN_REPARACION&lt;/p&gt;&lt;p style=&quot;margin:0px;margin-left:4px;&quot;&gt;BAJA&lt;br&gt;&lt;br&gt;&lt;/p&gt;" vertex="1">
-           <mxGeometry height="110" width="190" x="25" y="30" as="geometry" />
+         <mxCell id="zlNG7Gkw8yNjDqdYWN0c-23" value="&lt;p style=&quot;margin:0px;margin-top:4px;text-align:center;&quot;&gt;&lt;i&gt;&amp;lt;&amp;lt;Enum&amp;gt;&amp;gt;&lt;/i&gt;&lt;br&gt;&lt;b&gt;Estado&lt;/b&gt;&lt;/p&gt;&lt;hr size=&quot;1&quot; style=&quot;border-style:solid;&quot;&gt;&lt;p style=&quot;margin:0px;margin-left:4px;&quot;&gt;DISPONIBLE&lt;/p&gt;&lt;p style=&quot;margin:0px;margin-left:4px;&quot;&gt;PRESTADO&lt;/p&gt;&lt;p style=&quot;margin:0px;margin-left:4px;&quot;&gt;EN_REPARACION&lt;/p&gt;&lt;p style=&quot;margin:0px;margin-left:4px;&quot;&gt;BAJA&lt;br&gt;&lt;br&gt;&lt;/p&gt;" style="verticalAlign=top;align=left;overflow=fill;html=1;whiteSpace=wrap;" parent="1" vertex="1">
+           <mxGeometry x="25" y="30" width="190" height="110" as="geometry" />
+         </mxCell>
+         <mxCell id="XgDO8XYOS-DKICzPd_4A-3" value="1" style="text;html=1;align=center;verticalAlign=middle;resizable=0;points=[];autosize=1;strokeColor=none;fillColor=none;fontFamily=Helvetica;fontSize=11;fontColor=default;labelBackgroundColor=default;" vertex="1" parent="1">
+           <mxGeometry x="705" y="358" width="30" height="30" as="geometry" />
+         </mxCell>
+         <mxCell id="XgDO8XYOS-DKICzPd_4A-4" value="0...*" style="text;html=1;align=center;verticalAlign=middle;resizable=0;points=[];autosize=1;strokeColor=none;fillColor=none;fontFamily=Helvetica;fontSize=11;fontColor=default;labelBackgroundColor=default;" vertex="1" parent="1">
+           <mxGeometry x="700" y="448" width="40" height="30" as="geometry" />
+         </mxCell>
+         <mxCell id="XgDO8XYOS-DKICzPd_4A-5" value="1" style="text;html=1;align=center;verticalAlign=middle;resizable=0;points=[];autosize=1;strokeColor=none;fillColor=none;fontFamily=Helvetica;fontSize=11;fontColor=default;labelBackgroundColor=default;" vertex="1" parent="1">
+           <mxGeometry x="695" y="48" width="30" height="30" as="geometry" />
+         </mxCell>
+         <mxCell id="XgDO8XYOS-DKICzPd_4A-6" value="1" style="text;html=1;align=center;verticalAlign=middle;resizable=0;points=[];autosize=1;strokeColor=none;fillColor=none;fontFamily=Helvetica;fontSize=11;fontColor=default;labelBackgroundColor=default;" vertex="1" parent="1">
+           <mxGeometry x="725" y="240" width="30" height="30" as="geometry" />
+         </mxCell>
+         <mxCell id="XgDO8XYOS-DKICzPd_4A-7" value="1" style="text;html=1;align=center;verticalAlign=middle;resizable=0;points=[];autosize=1;strokeColor=none;fillColor=none;fontFamily=Helvetica;fontSize=11;fontColor=default;labelBackgroundColor=default;" vertex="1" parent="1">
+           <mxGeometry x="485" y="188" width="30" height="30" as="geometry" />
+         </mxCell>
+         <mxCell id="XgDO8XYOS-DKICzPd_4A-8" value="1" style="text;html=1;align=center;verticalAlign=middle;resizable=0;points=[];autosize=1;strokeColor=none;fillColor=none;fontFamily=Helvetica;fontSize=11;fontColor=default;labelBackgroundColor=default;" vertex="1" parent="1">
+           <mxGeometry x="615" y="128" width="30" height="30" as="geometry" />
+         </mxCell>
+         <mxCell id="XgDO8XYOS-DKICzPd_4A-9" value="0..*" style="text;html=1;align=center;verticalAlign=middle;resizable=0;points=[];autosize=1;strokeColor=none;fillColor=none;fontFamily=Helvetica;fontSize=11;fontColor=default;labelBackgroundColor=default;" vertex="1" parent="1">
+           <mxGeometry x="410" y="70" width="40" height="30" as="geometry" />
+         </mxCell>
+         <mxCell id="XgDO8XYOS-DKICzPd_4A-10" value="1" style="text;html=1;align=center;verticalAlign=middle;resizable=0;points=[];autosize=1;strokeColor=none;fillColor=none;fontFamily=Helvetica;fontSize=11;fontColor=default;labelBackgroundColor=default;" vertex="1" parent="1">
+           <mxGeometry x="505" y="48" width="30" height="30" as="geometry" />
+         </mxCell>
+         <mxCell id="XgDO8XYOS-DKICzPd_4A-11" value="0..*" style="text;html=1;align=center;verticalAlign=middle;resizable=0;points=[];autosize=1;strokeColor=none;fillColor=none;fontFamily=Helvetica;fontSize=11;fontColor=default;labelBackgroundColor=default;" vertex="1" parent="1">
+           <mxGeometry x="210" y="318" width="40" height="30" as="geometry" />
+         </mxCell>
+         <mxCell id="XgDO8XYOS-DKICzPd_4A-12" value="1" style="text;html=1;align=center;verticalAlign=middle;resizable=0;points=[];autosize=1;strokeColor=none;fillColor=none;fontFamily=Helvetica;fontSize=11;fontColor=default;labelBackgroundColor=default;" vertex="1" parent="1">
+           <mxGeometry x="325" y="408" width="30" height="30" as="geometry" />
+         </mxCell>
+         <mxCell id="XgDO8XYOS-DKICzPd_4A-13" value="1" style="text;html=1;align=center;verticalAlign=middle;resizable=0;points=[];autosize=1;strokeColor=none;fillColor=none;fontFamily=Helvetica;fontSize=11;fontColor=default;labelBackgroundColor=default;" vertex="1" parent="1">
+           <mxGeometry x="335" y="258" width="30" height="30" as="geometry" />
+         </mxCell>
+         <mxCell id="XgDO8XYOS-DKICzPd_4A-14" value="0..*" style="text;html=1;align=center;verticalAlign=middle;resizable=0;points=[];autosize=1;strokeColor=none;fillColor=none;fontFamily=Helvetica;fontSize=11;fontColor=default;labelBackgroundColor=default;" vertex="1" parent="1">
+           <mxGeometry x="210" y="248" width="40" height="30" as="geometry" />
+         </mxCell>
+         <mxCell id="XgDO8XYOS-DKICzPd_4A-15" value="0..*" style="text;html=1;align=center;verticalAlign=middle;resizable=0;points=[];autosize=1;strokeColor=none;fillColor=none;fontFamily=Helvetica;fontSize=11;fontColor=default;labelBackgroundColor=default;" vertex="1" parent="1">
+           <mxGeometry x="290" y="188" width="40" height="30" as="geometry" />
+         </mxCell>
+         <mxCell id="XgDO8XYOS-DKICzPd_4A-16" value="1" style="text;html=1;align=center;verticalAlign=middle;resizable=0;points=[];autosize=1;strokeColor=none;fillColor=none;fontFamily=Helvetica;fontSize=11;fontColor=default;labelBackgroundColor=default;" vertex="1" parent="1">
+           <mxGeometry x="335" y="208" width="30" height="30" as="geometry" />
        </mxCell>
      </root>
    </mxGraphModel>
  </diagram>
</mxfile>
